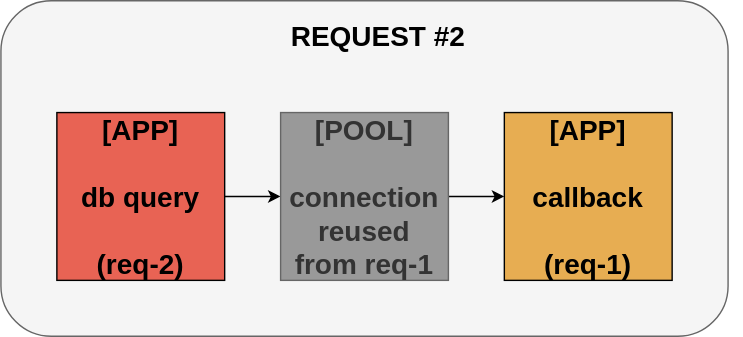
Before: images/issues-connection-pool-req2.drawio.svg, a diagram exported from draw.io (bajtos/2022-hold-my-context). Source tidied: cells renumbered, new cells last; positions are measured from the earlier drawing's top-left corner, leaving out a move shared by most shapes. Its diagram source:
```xml
<mxGraphModel>
  <root>
    <mxCell id="0" />
    <mxCell id="1" parent="0" />
    <mxCell id="2" style="rounded=1;whiteSpace=wrap;html=1;fillColor=#f5f5f5;align=left;strokeColor=#666666;fontColor=#333333;" parent="1" vertex="1">
      <mxGeometry width="520" height="240" as="geometry" />
    </mxCell>
    <mxCell id="3" value="&lt;span style=&quot;font-size: 20px&quot;&gt;&lt;b&gt;[APP]&lt;br&gt;&lt;br&gt;db query&lt;br&gt;&lt;br&gt;&lt;/b&gt;&lt;/span&gt;&lt;b style=&quot;font-size: 20px&quot;&gt;(req-2)&lt;/b&gt;&lt;span style=&quot;font-size: 20px&quot;&gt;&lt;b&gt;&lt;br&gt;&lt;/b&gt;&lt;/span&gt;" style="whiteSpace=wrap;html=1;fillColor=#E86354;" parent="1" vertex="1">
      <mxGeometry x="40" y="80" width="120" height="120" as="geometry" />
    </mxCell>
    <mxCell id="4" style="endArrow=classic;html=1;exitX=1;exitY=0.5;exitDx=0;exitDy=0;entryX=0;entryY=0.5;entryDx=0;entryDy=0;" parent="1" edge="1" source="3" target="6">
      <mxGeometry relative="1" as="geometry" />
    </mxCell>
    <mxCell id="5" style="endArrow=classic;html=1;exitX=1;exitY=0.5;exitDx=0;exitDy=0;" parent="1" edge="1" source="6" target="7">
      <mxGeometry relative="1" as="geometry" />
    </mxCell>
    <mxCell id="6" value="&lt;span style=&quot;font-size: 20px&quot;&gt;&lt;b&gt;[POOL]&lt;br&gt;&lt;br&gt;connection&lt;br&gt;&lt;/b&gt;&lt;/span&gt;&lt;b style=&quot;font-size: 20px&quot;&gt;reused&lt;br&gt;&lt;/b&gt;&lt;span style=&quot;font-size: 20px&quot;&gt;&lt;b&gt;from req-1&lt;br&gt;&lt;/b&gt;&lt;/span&gt;" style="whiteSpace=wrap;html=1;fillColor=#999999;fontColor=#333333;strokeColor=#666666;" parent="1" vertex="1">
      <mxGeometry x="200" y="80" width="120" height="120" as="geometry" />
    </mxCell>
    <mxCell id="7" value="&lt;span style=&quot;font-size: 20px&quot;&gt;&lt;b&gt;[APP]&lt;br&gt;&lt;br&gt;callback&lt;br&gt;&lt;br&gt;&lt;/b&gt;&lt;/span&gt;&lt;b style=&quot;font-size: 20px&quot;&gt;(req-1)&lt;/b&gt;&lt;span style=&quot;font-size: 20px&quot;&gt;&lt;b&gt;&lt;br&gt;&lt;/b&gt;&lt;/span&gt;" style="whiteSpace=wrap;html=1;fillColor=#e7ad52;" parent="1" vertex="1">
      <mxGeometry x="360" y="80" width="120" height="120" as="geometry" />
    </mxCell>
    <mxCell id="8" value="&lt;font style=&quot;font-size: 20px&quot;&gt;&lt;b&gt;REQUEST #2&lt;/b&gt;&lt;/font&gt;" style="text;html=1;strokeColor=none;fillColor=none;align=center;verticalAlign=middle;whiteSpace=wrap;rounded=0;" parent="1" vertex="1">
      <mxGeometry x="10" width="520" height="50" as="geometry" />
    </mxCell>
  </root>
</mxGraphModel>
```
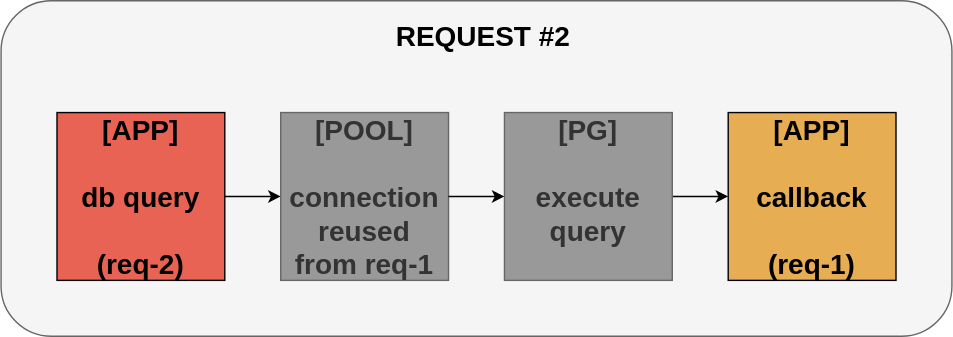
Above is the later version.

Diff of the diagram source:
```diff
@@ -3,7 +3,7 @@
     <mxCell id="0" />
     <mxCell id="1" parent="0" />
     <mxCell id="2" style="rounded=1;whiteSpace=wrap;html=1;fillColor=#f5f5f5;align=left;strokeColor=#666666;fontColor=#333333;" parent="1" vertex="1">
-      <mxGeometry width="520" height="240" as="geometry" />
+      <mxGeometry width="680" height="240" as="geometry" />
     </mxCell>
     <mxCell id="3" value="&lt;span style=&quot;font-size: 20px&quot;&gt;&lt;b&gt;[APP]&lt;br&gt;&lt;br&gt;db query&lt;br&gt;&lt;br&gt;&lt;/b&gt;&lt;/span&gt;&lt;b style=&quot;font-size: 20px&quot;&gt;(req-2)&lt;/b&gt;&lt;span style=&quot;font-size: 20px&quot;&gt;&lt;b&gt;&lt;br&gt;&lt;/b&gt;&lt;/span&gt;" style="whiteSpace=wrap;html=1;fillColor=#E86354;" parent="1" vertex="1">
       <mxGeometry x="40" y="80" width="120" height="120" as="geometry" />
@@ -11,17 +11,25 @@
     <mxCell id="4" style="endArrow=classic;html=1;exitX=1;exitY=0.5;exitDx=0;exitDy=0;entryX=0;entryY=0.5;entryDx=0;entryDy=0;" parent="1" edge="1" source="3" target="6">
       <mxGeometry relative="1" as="geometry" />
     </mxCell>
-    <mxCell id="5" style="endArrow=classic;html=1;exitX=1;exitY=0.5;exitDx=0;exitDy=0;" parent="1" edge="1" source="6" target="7">
+    <mxCell id="5" style="endArrow=classic;html=1;exitX=1;exitY=0.5;exitDx=0;exitDy=0;" parent="1" edge="1" source="10" target="7">
       <mxGeometry relative="1" as="geometry" />
     </mxCell>
     <mxCell id="6" value="&lt;span style=&quot;font-size: 20px&quot;&gt;&lt;b&gt;[POOL]&lt;br&gt;&lt;br&gt;connection&lt;br&gt;&lt;/b&gt;&lt;/span&gt;&lt;b style=&quot;font-size: 20px&quot;&gt;reused&lt;br&gt;&lt;/b&gt;&lt;span style=&quot;font-size: 20px&quot;&gt;&lt;b&gt;from req-1&lt;br&gt;&lt;/b&gt;&lt;/span&gt;" style="whiteSpace=wrap;html=1;fillColor=#999999;fontColor=#333333;strokeColor=#666666;" parent="1" vertex="1">
       <mxGeometry x="200" y="80" width="120" height="120" as="geometry" />
     </mxCell>
     <mxCell id="7" value="&lt;span style=&quot;font-size: 20px&quot;&gt;&lt;b&gt;[APP]&lt;br&gt;&lt;br&gt;callback&lt;br&gt;&lt;br&gt;&lt;/b&gt;&lt;/span&gt;&lt;b style=&quot;font-size: 20px&quot;&gt;(req-1)&lt;/b&gt;&lt;span style=&quot;font-size: 20px&quot;&gt;&lt;b&gt;&lt;br&gt;&lt;/b&gt;&lt;/span&gt;" style="whiteSpace=wrap;html=1;fillColor=#e7ad52;" parent="1" vertex="1">
-      <mxGeometry x="360" y="80" width="120" height="120" as="geometry" />
+      <mxGeometry x="520" y="80" width="120" height="120" as="geometry" />
     </mxCell>
     <mxCell id="8" value="&lt;font style=&quot;font-size: 20px&quot;&gt;&lt;b&gt;REQUEST #2&lt;/b&gt;&lt;/font&gt;" style="text;html=1;strokeColor=none;fillColor=none;align=center;verticalAlign=middle;whiteSpace=wrap;rounded=0;" parent="1" vertex="1">
-      <mxGeometry x="10" width="520" height="50" as="geometry" />
+      <mxGeometry x="10" width="670" height="50" as="geometry" />
     </mxCell>
+    <mxCell id="9" style="endArrow=classic;html=1;entryX=0;entryY=0.5;entryDx=0;entryDy=0;" parent="1" edge="1" target="10">
+      <mxGeometry relative="1" as="geometry">
+        <mxPoint x="320" y="140" as="sourcePoint" />
+      </mxGeometry>
+    </mxCell>
+    <mxCell id="10" value="&lt;span style=&quot;font-size: 20px&quot;&gt;&lt;b&gt;[PG]&lt;br&gt;&lt;br&gt;execute&lt;br&gt;query&lt;br&gt;&lt;br&gt;&lt;/b&gt;&lt;/span&gt;" style="whiteSpace=wrap;html=1;fillColor=#999999;fontColor=#333333;strokeColor=#666666;" parent="1" vertex="1">
+      <mxGeometry x="360" y="80" width="120" height="120" as="geometry" />
+    </mxCell>
   </root>
 </mxGraphModel>
```
